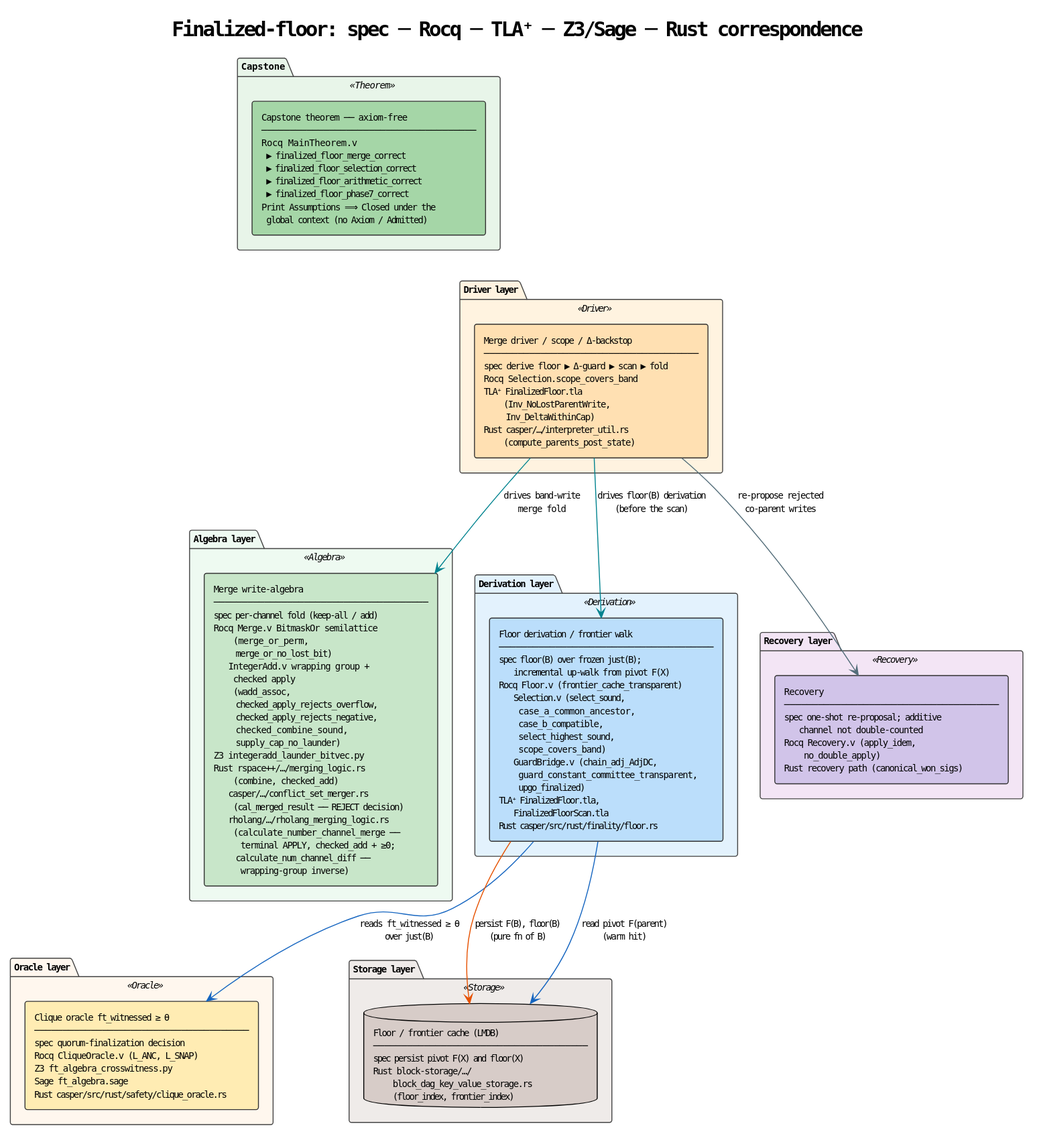
F1R3FLY-io/f1r3node-rust keeps this PlantUML diagram as docs/theory/finalized-floor/diagrams/01-component-correspondence.svg. Above is the earlier version. The source it was exported from:
```plantuml
@startuml
!theme plain

skinparam componentStyle rectangle
skinparam component {
  BackgroundColor #FFFFFF
  BorderColor     #333333
}
skinparam package {
  BackgroundColor<<Derivation>> #E3F2FD
  BackgroundColor<<Oracle>>     #FFF7EE
  BackgroundColor<<Algebra>>    #EEFAF1
  BackgroundColor<<Driver>>     #FFF3E0
  BackgroundColor<<Recovery>>   #F3E5F5
  BackgroundColor<<Storage>>    #EFEBE9
  BackgroundColor<<Theorem>>    #E8F5E9
  BorderColor #444444
}
skinparam defaultFontName "monospace"
skinparam defaultFontSize 10

title Finalized-floor: spec ─ Rocq ─ TLA⁺ ─ Z3/Sage ─ Rust correspondence


package "Capstone" <<Theorem>> {
  component "Capstone theorem ── axiom-free\n──────────────────────────────────────\nRocq  MainTheorem.v\n  ▶ finalized_floor_merge_correct\n  ▶ finalized_floor_selection_correct\n  ▶ finalized_floor_arithmetic_correct\n  ▶ finalized_floor_phase7_correct\nPrint Assumptions ⟹ Closed under the\n  global context (no Axiom / Admitted)" as CAP #A5D6A7
}

package "Derivation layer" <<Derivation>> {
  component "Floor derivation / frontier walk\n──────────────────────────────────────\nspec  floor(B) over frozen just(B);\n      incremental up-walk from pivot F(X)\nRocq  Floor.v (frontier_cache_transparent)\n      Selection.v (select_sound,\n        case_a_common_ancestor,\n        case_b_compatible,\n        select_highest_sound,\n        scope_covers_band)\n      GuardBridge.v (chain_adj_AdjDC,\n        guard_constant_committee_transparent,\n        upgo_finalized)\nTLA⁺  FinalizedFloor.tla,\n      FinalizedFloorScan.tla\nRust  casper/src/rust/finality/floor.rs" as D #BBDEFB
}

package "Oracle layer" <<Oracle>> {
  component "Clique oracle  ft_witnessed ≥ θ\n──────────────────────────────────────\nspec  quorum-finalization decision\nRocq  CliqueOracle.v (L_ANC, L_SNAP)\nZ3    ft_algebra_crosswitness.py\nSage  ft_algebra.sage\nRust  casper/src/rust/safety/clique_oracle.rs" as OR #FFECB3
}

package "Algebra layer" <<Algebra>> {
  component "Merge write-algebra\n──────────────────────────────────────\nspec  per-channel fold (keep-all / add)\nRocq  Merge.v  BitmaskOr semilattice\n        (merge_or_perm,\n         merge_or_no_lost_bit)\n      IntegerAdd.v  wrapping group +\n        checked apply\n        (wadd_assoc,\n         checked_apply_rejects_overflow,\n         checked_apply_rejects_negative,\n         checked_combine_sound,\n         supply_cap_no_launder)\nZ3    integeradd_launder_bitvec.py\nRust  rspace++/…/merging_logic.rs\n        (combine, checked_add)\n      casper/…/conflict_set_merger.rs\n        (cal_merged_result ── REJECT decision)\n      rholang/…/rholang_merging_logic.rs\n        (calculate_number_channel_merge ──\n           terminal APPLY, checked_add + ≥0;\n         calculate_num_channel_diff ──\n           wrapping-group inverse)" as MA #C8E6C9
}

package "Driver layer" <<Driver>> {
  component "Merge driver / scope / Δ-backstop\n──────────────────────────────────────\nspec  derive floor ▶ Δ-guard ▶ scan ▶ fold\nRocq  Selection.scope_covers_band\nTLA⁺  FinalizedFloor.tla\n        (Inv_NoLostParentWrite,\n         Inv_DeltaWithinCap)\nRust  casper/…/interpreter_util.rs\n        (compute_parents_post_state)" as DR #FFE0B2
}

package "Recovery layer" <<Recovery>> {
  component "Recovery\n──────────────────────────────────────\nspec  one-shot re-proposal; additive\n      channel not double-counted\nRocq  Recovery.v (apply_idem,\n        no_double_apply)\nRust  recovery path (canonical_won_sigs)" as RC #D1C4E9
}

package "Storage layer" <<Storage>> {
  database "Floor / frontier cache (LMDB)\n──────────────────────────────────────\nspec  persist pivot F(X) and floor(X)\nRust  block-storage/…/\n        block_dag_key_value_storage.rs\n        (floor_index, frontier_index)" as CA #D7CCC8
}

D  -[#1565C0]-> OR : reads ft_witnessed ≥ θ\nover just(B)
D  -[#1565C0]-> CA : read pivot F(parent)\n(warm hit)
D  -[#E65100]-> CA : persist F(B), floor(B)\n(pure fn of B)
DR -[#00838F]-> D  : drives floor(B) derivation\n(before the scan)
DR -[#00838F]-> MA : drives band-write\nmerge fold
DR -[#546E7A]-> RC : re-propose rejected\nco-parent writes

CAP -[hidden]-> D
CAP -[hidden]-> OR
CAP -[hidden]-> MA
CAP -[hidden]-> DR
CAP -[hidden]-> RC
CAP -[hidden]-> CA
@enduml
```
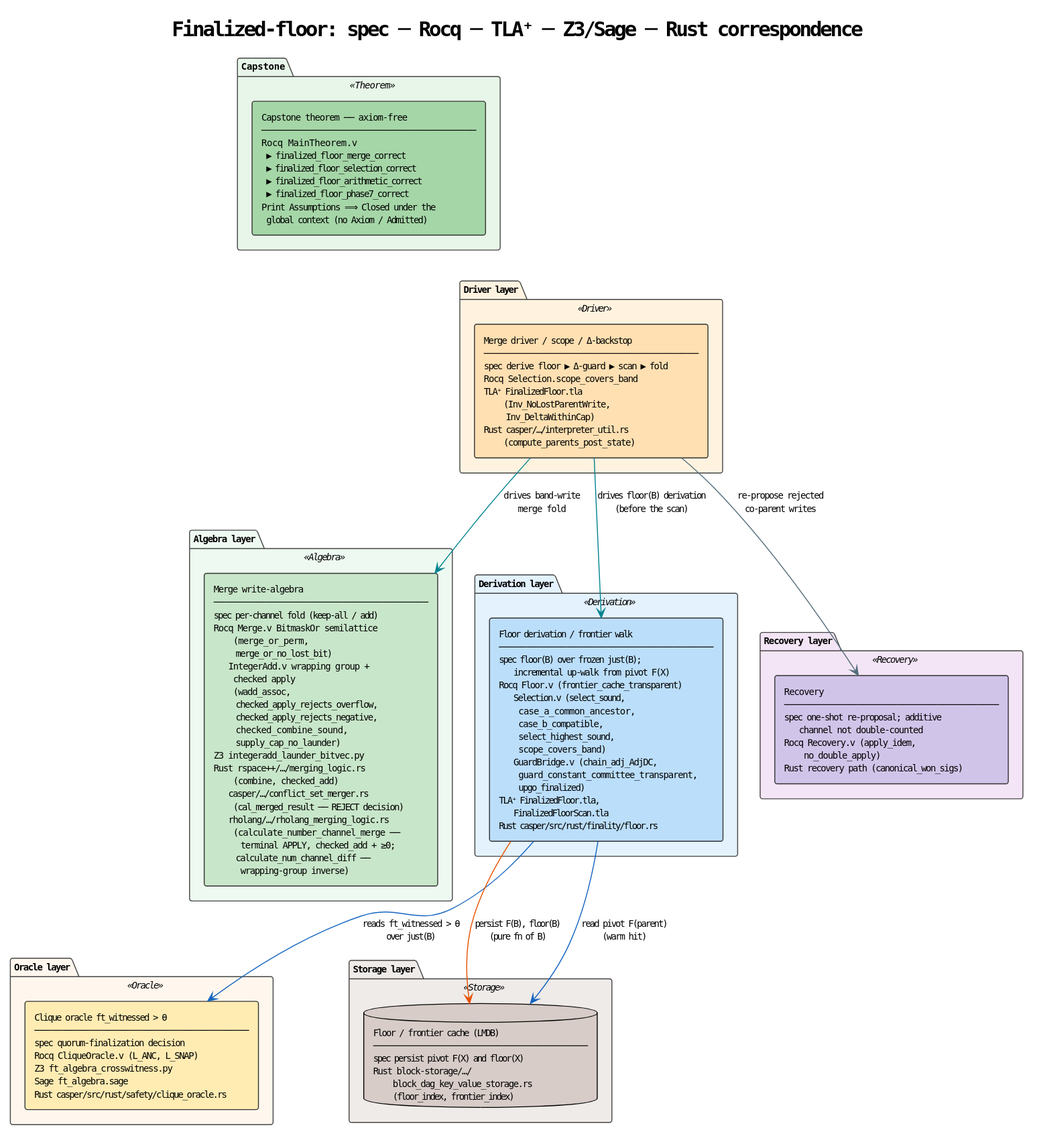
Later version of the same file.

What changed in the source:
```diff
@@ -31,7 +31,7 @@
 }
 
 package "Oracle layer" <<Oracle>> {
-  component "Clique oracle  ft_witnessed ≥ θ\n──────────────────────────────────────\nspec  quorum-finalization decision\nRocq  CliqueOracle.v (L_ANC, L_SNAP)\nZ3    ft_algebra_crosswitness.py\nSage  ft_algebra.sage\nRust  casper/src/rust/safety/clique_oracle.rs" as OR #FFECB3
+  component "Clique oracle  ft_witnessed > θ\n──────────────────────────────────────\nspec  quorum-finalization decision\nRocq  CliqueOracle.v (L_ANC, L_SNAP)\nZ3    ft_algebra_crosswitness.py\nSage  ft_algebra.sage\nRust  casper/src/rust/safety/clique_oracle.rs" as OR #FFECB3
 }
 
 package "Algebra layer" <<Algebra>> {
@@ -50,7 +50,7 @@
   database "Floor / frontier cache (LMDB)\n──────────────────────────────────────\nspec  persist pivot F(X) and floor(X)\nRust  block-storage/…/\n        block_dag_key_value_storage.rs\n        (floor_index, frontier_index)" as CA #D7CCC8
 }
 
-D  -[#1565C0]-> OR : reads ft_witnessed ≥ θ\nover just(B)
+D  -[#1565C0]-> OR : reads ft_witnessed > θ\nover just(B)
 D  -[#1565C0]-> CA : read pivot F(parent)\n(warm hit)
 D  -[#E65100]-> CA : persist F(B), floor(B)\n(pure fn of B)
 DR -[#00838F]-> D  : drives floor(B) derivation\n(before the scan)
```
